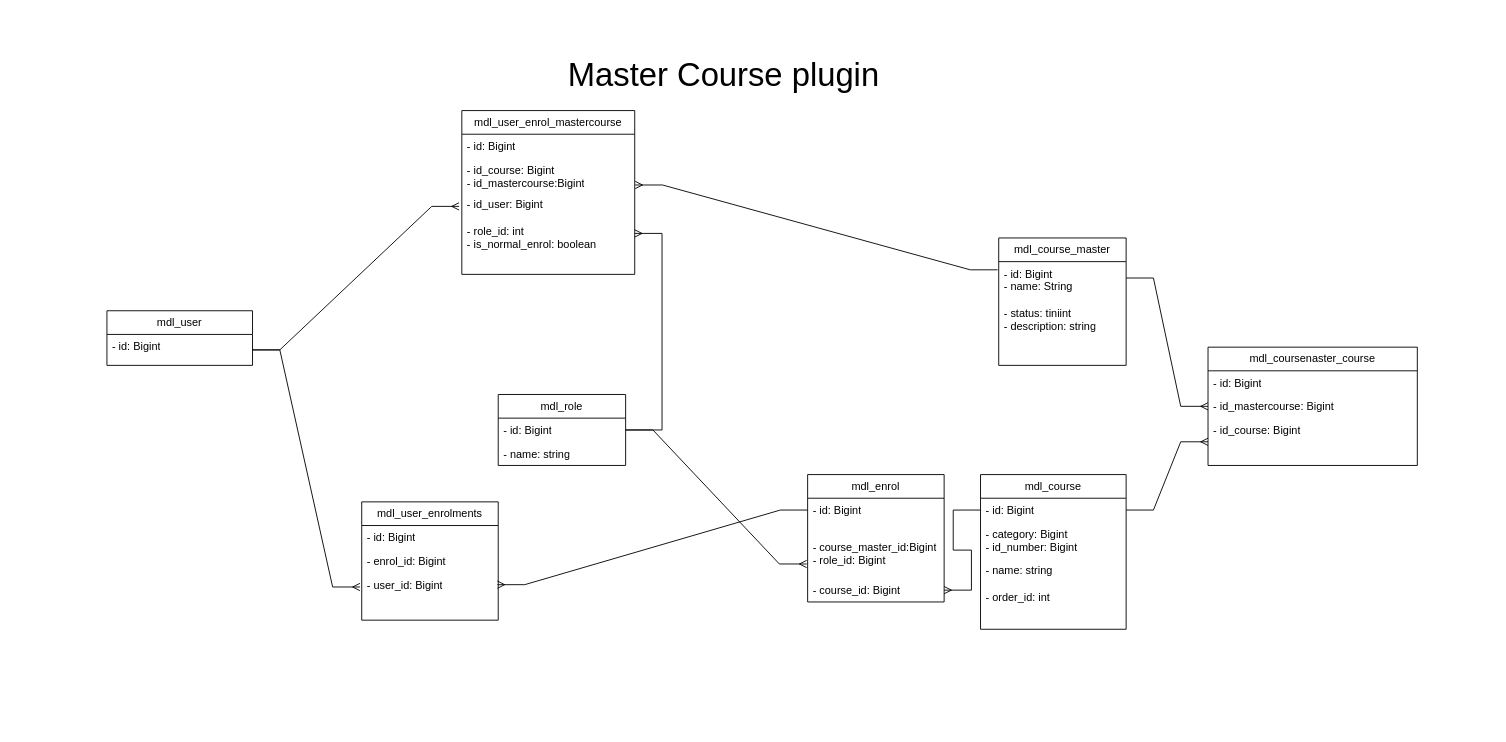
Above: db/master_course_db.drawio in Hieu271101/mastercourse_moodle (draw.io), before the change. Source tidied: cells renumbered, new cells numbered last; positions are measured from the earlier drawing's top-left corner, leaving out a move shared by most shapes. Both pictures are drawn from the tidied source at 91%, with x=0, y=0 at pixel (106, 15).
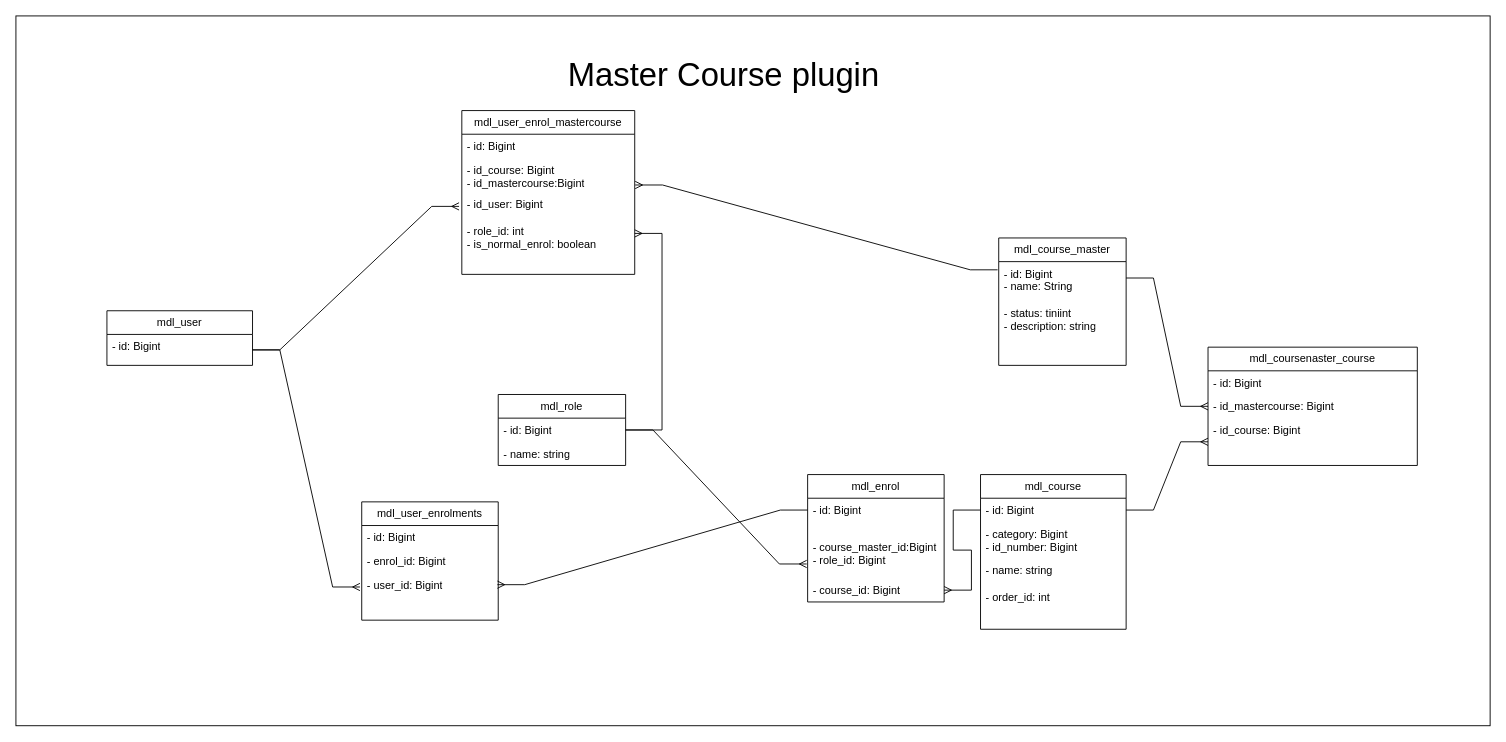
After the change.

What changed in the source:
```diff
@@
+    <mxCell id="39" style="rounded=0;whiteSpace=wrap;html=1;" parent="1" vertex="1">
+      <mxGeometry x="-100" width="1620" height="780" as="geometry" />
+    </mxCell>
```
